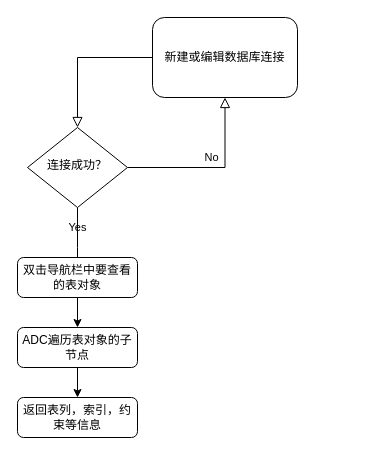
Above: P0查看表属性.drawio in tryantdb/repo_for_drawio (draw.io), before the change. Source tidied: cells renumbered, new cells numbered last; positions are measured from the earlier drawing's top-left corner, leaving out a move shared by most shapes. Both pictures are drawn from the tidied source at 100%, with x=0, y=0 at pixel (17, 17).
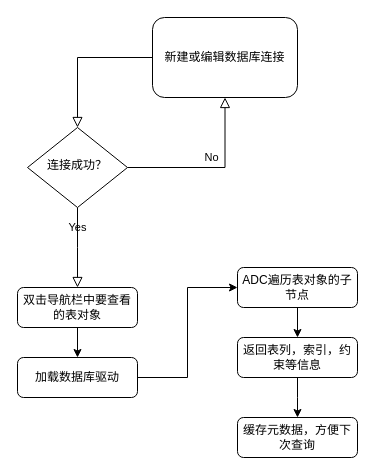
The same diagram, later.

Commit message (it also covers changes not shown here):
更新P0查看表属性.drawio

The edit, as a diff of the source:
```diff
@@
 <mxGraphModel>
   <root>
     <mxCell id="0" />
     <mxCell id="1" parent="0" />
     <mxCell id="2" style="rounded=0;html=1;jettySize=auto;fontSize=11;endArrow=block;endFill=0;endSize=8;strokeWidth=1;shadow=0;labelBackgroundColor=none;edgeStyle=orthogonalEdgeStyle;" parent="1" edge="1" source="3" target="6">
       <mxGeometry relative="1" as="geometry" />
     </mxCell>
     <mxCell id="3" value="新建或编辑数据库连接" style="rounded=1;whiteSpace=wrap;html=1;fontSize=12;glass=0;strokeWidth=1;shadow=0;" parent="1" vertex="1">
       <mxGeometry x="135" width="145" height="80" as="geometry" />
     </mxCell>
     <mxCell id="4" value="Yes" style="rounded=0;html=1;jettySize=auto;fontSize=11;endArrow=block;endFill=0;endSize=8;strokeWidth=1;shadow=0;labelBackgroundColor=none;edgeStyle=orthogonalEdgeStyle;" parent="1" edge="1" source="6">
       <mxGeometry y="20" relative="1" as="geometry">
         <mxPoint x="60" y="270" as="targetPoint" />
       </mxGeometry>
     </mxCell>
     <mxCell id="5" value="No" style="edgeStyle=orthogonalEdgeStyle;rounded=0;html=1;jettySize=auto;fontSize=11;endArrow=block;endFill=0;endSize=8;strokeWidth=1;shadow=0;labelBackgroundColor=none;entryX=0.5;entryY=1;entryDx=0;entryDy=0;" parent="1" edge="1" source="6" target="3">
       <mxGeometry y="10" relative="1" as="geometry" />
     </mxCell>
     <mxCell id="6" value="连接成功？" style="rhombus;whiteSpace=wrap;html=1;shadow=0;fontFamily=Helvetica;fontSize=12;align=center;strokeWidth=1;spacing=6;spacingTop=-4;" parent="1" vertex="1">
       <mxGeometry x="10" y="110" width="100" height="80" as="geometry" />
     </mxCell>
-    <mxCell id="7" style="edgeStyle=orthogonalEdgeStyle;rounded=0;jettySize=auto;html=1;exitX=0.5;exitY=1;exitDx=0;exitDy=0;" parent="1" edge="1" source="8" target="10">
-      <mxGeometry relative="1" as="geometry" />
+    <mxCell id="7" style="edgeStyle=orthogonalEdgeStyle;rounded=0;jettySize=auto;html=1;exitX=0.5;exitY=1;exitDx=0;exitDy=0;" parent="1" edge="1" source="8">
+      <mxGeometry relative="1" as="geometry">
+        <mxPoint x="60" y="340" as="targetPoint" />
+      </mxGeometry>
     </mxCell>
     <mxCell id="8" value="双击导航栏中要查看的表对象" style="rounded=1;whiteSpace=wrap;html=1;fontSize=12;glass=0;strokeWidth=1;shadow=0;" parent="1" vertex="1">
-      <mxGeometry y="240" width="120" height="40" as="geometry" />
+      <mxGeometry y="270" width="120" height="40" as="geometry" />
     </mxCell>
     <mxCell id="9" style="edgeStyle=orthogonalEdgeStyle;rounded=0;jettySize=auto;html=1;exitX=0.5;exitY=1;exitDx=0;exitDy=0;entryX=0.5;entryY=0;entryDx=0;entryDy=0;" parent="1" edge="1" source="10" target="11">
       <mxGeometry relative="1" as="geometry" />
     </mxCell>
     <mxCell id="10" value="ADC遍历表对象的子节点" style="rounded=1;whiteSpace=wrap;html=1;fontSize=12;glass=0;strokeWidth=1;shadow=0;" parent="1" vertex="1">
-      <mxGeometry y="310" width="120" height="40" as="geometry" />
+      <mxGeometry x="220" y="250" width="120" height="40" as="geometry" />
     </mxCell>
+    <mxCell id="12" style="edgeStyle=orthogonalEdgeStyle;rounded=0;jettySize=auto;html=1;" parent="1" edge="1" source="11">
+      <mxGeometry relative="1" as="geometry">
+        <mxPoint x="280" y="400" as="targetPoint" />
+      </mxGeometry>
+    </mxCell>
     <mxCell id="11" value="返回表列，索引，约束等信息" style="rounded=1;whiteSpace=wrap;html=1;fontSize=12;glass=0;strokeWidth=1;shadow=0;" parent="1" vertex="1">
-      <mxGeometry y="380" width="120" height="40" as="geometry" />
+      <mxGeometry x="220" y="320" width="120" height="40" as="geometry" />
     </mxCell>
+    <mxCell id="13" style="edgeStyle=orthogonalEdgeStyle;rounded=0;jettySize=auto;html=1;exitX=1;exitY=0.5;exitDx=0;exitDy=0;entryX=0;entryY=0.5;entryDx=0;entryDy=0;" parent="1" edge="1" source="14" target="10">
+      <mxGeometry relative="1" as="geometry" />
+    </mxCell>
+    <mxCell id="14" value="加载数据库驱动" style="rounded=1;whiteSpace=wrap;html=1;fontSize=12;glass=0;strokeWidth=1;shadow=0;" parent="1" vertex="1">
+      <mxGeometry y="340" width="120" height="40" as="geometry" />
+    </mxCell>
+    <mxCell id="15" value="缓存元数据，方便下次查询" style="rounded=1;whiteSpace=wrap;html=1;fontSize=12;glass=0;strokeWidth=1;shadow=0;" parent="1" vertex="1">
+      <mxGeometry x="220" y="400" width="120" height="40" as="geometry" />
+    </mxCell>
   </root>
 </mxGraphModel>
```
